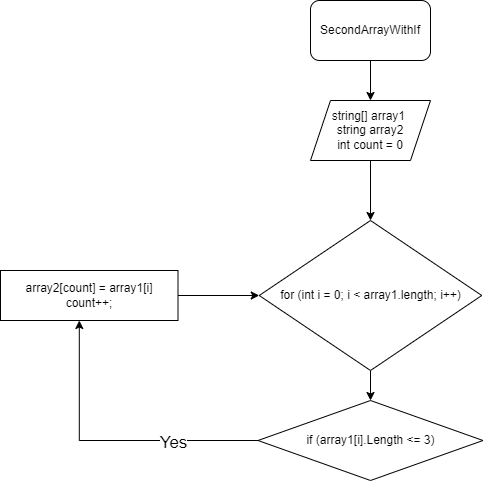
Earlier version of the draw.io export Final_work_001/Block_diagram.drawio.png (NikaVoronina/Final_work). Source tidied: cells renumbered, new cells last; positions are measured from the earlier drawing's top-left corner, leaving out a move shared by most shapes. Source of this version:
```xml
<mxGraphModel>
  <root>
    <mxCell id="0" />
    <mxCell id="1" parent="0" />
    <mxCell id="2" style="edgeStyle=none;html=1;" parent="1" edge="1" source="3" target="5">
      <mxGeometry relative="1" as="geometry" />
    </mxCell>
    <mxCell id="3" value="SecondArrayWithIf" style="rounded=1;whiteSpace=wrap;html=1;" parent="1" vertex="1">
      <mxGeometry x="310" width="120" height="60" as="geometry" />
    </mxCell>
    <mxCell id="4" style="edgeStyle=none;html=1;" parent="1" edge="1" source="5" target="7">
      <mxGeometry relative="1" as="geometry" />
    </mxCell>
    <mxCell id="5" value="string[] array1&amp;nbsp;&lt;br&gt;string array2&lt;br&gt;int count = 0" style="shape=parallelogram;perimeter=parallelogramPerimeter;whiteSpace=wrap;html=1;fixedSize=1;" parent="1" vertex="1">
      <mxGeometry x="310" y="100" width="120" height="60" as="geometry" />
    </mxCell>
    <mxCell id="6" style="edgeStyle=none;html=1;" parent="1" edge="1" source="7" target="8">
      <mxGeometry relative="1" as="geometry" />
    </mxCell>
    <mxCell id="7" value="&lt;span&gt;for (int i = 0;&amp;nbsp;&lt;/span&gt;&lt;span&gt;i &amp;lt; array1.length;&amp;nbsp;&lt;/span&gt;&lt;span&gt;i++)&lt;/span&gt;" style="rhombus;whiteSpace=wrap;html=1;" parent="1" vertex="1">
      <mxGeometry x="258.8" y="220" width="222.5" height="150" as="geometry" />
    </mxCell>
    <mxCell id="8" value="if (array1[i].Length &amp;lt;= 3)" style="rhombus;whiteSpace=wrap;html=1;" parent="1" vertex="1">
      <mxGeometry x="257.5" y="400" width="225" height="80" as="geometry" />
    </mxCell>
    <mxCell id="9" style="edgeStyle=none;html=1;" parent="1" edge="1" source="10" target="7">
      <mxGeometry relative="1" as="geometry" />
    </mxCell>
    <mxCell id="10" value="array2[count] = array1[i]&lt;br&gt;count++;" style="whiteSpace=wrap;html=1;" parent="1" vertex="1">
      <mxGeometry y="270" width="177.5" height="50" as="geometry" />
    </mxCell>
    <mxCell id="11" style="edgeStyle=orthogonalEdgeStyle;rounded=0;jettySize=auto;html=1;exitX=0;exitY=0.5;exitDx=0;exitDy=0;" parent="1" edge="1" source="8">
      <mxGeometry relative="1" as="geometry">
        <mxPoint x="78.8" y="320" as="targetPoint" />
      </mxGeometry>
    </mxCell>
    <mxCell id="12" value="Yes" style="edgeLabel;html=1;align=center;verticalAlign=middle;fontSize=17;" parent="11" vertex="1">
      <mxGeometry x="-0.43" y="2" relative="1" as="geometry" />
    </mxCell>
  </root>
</mxGraphModel>
```
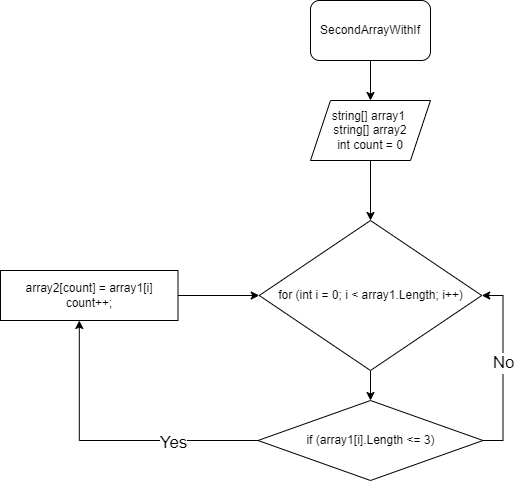
Later version of the same file.

Commit message:
Добавление блок-схемы

Diff of the diagram source:
```diff
@@ -11,13 +11,13 @@
     <mxCell id="4" style="edgeStyle=none;html=1;" parent="1" edge="1" source="5" target="7">
       <mxGeometry relative="1" as="geometry" />
     </mxCell>
-    <mxCell id="5" value="string[] array1&amp;nbsp;&lt;br&gt;string array2&lt;br&gt;int count = 0" style="shape=parallelogram;perimeter=parallelogramPerimeter;whiteSpace=wrap;html=1;fixedSize=1;" parent="1" vertex="1">
+    <mxCell id="5" value="string[] array1&amp;nbsp;&lt;br&gt;string[] array2&lt;br&gt;int count = 0" style="shape=parallelogram;perimeter=parallelogramPerimeter;whiteSpace=wrap;html=1;fixedSize=1;" parent="1" vertex="1">
       <mxGeometry x="310" y="100" width="120" height="60" as="geometry" />
     </mxCell>
     <mxCell id="6" style="edgeStyle=none;html=1;" parent="1" edge="1" source="7" target="8">
       <mxGeometry relative="1" as="geometry" />
     </mxCell>
-    <mxCell id="7" value="&lt;span&gt;for (int i = 0;&amp;nbsp;&lt;/span&gt;&lt;span&gt;i &amp;lt; array1.length;&amp;nbsp;&lt;/span&gt;&lt;span&gt;i++)&lt;/span&gt;" style="rhombus;whiteSpace=wrap;html=1;" parent="1" vertex="1">
+    <mxCell id="7" value="&lt;span&gt;for (int i = 0;&amp;nbsp;&lt;/span&gt;&lt;span&gt;i &amp;lt; array1.Length;&amp;nbsp;&lt;/span&gt;&lt;span&gt;i++)&lt;/span&gt;" style="rhombus;whiteSpace=wrap;html=1;" parent="1" vertex="1">
       <mxGeometry x="258.8" y="220" width="222.5" height="150" as="geometry" />
     </mxCell>
     <mxCell id="8" value="if (array1[i].Length &amp;lt;= 3)" style="rhombus;whiteSpace=wrap;html=1;" parent="1" vertex="1">
@@ -37,5 +37,13 @@
     <mxCell id="12" value="Yes" style="edgeLabel;html=1;align=center;verticalAlign=middle;fontSize=17;" parent="11" vertex="1">
       <mxGeometry x="-0.43" y="2" relative="1" as="geometry" />
     </mxCell>
+    <mxCell id="13" style="edgeStyle=orthogonalEdgeStyle;rounded=0;jettySize=auto;html=1;exitX=1;exitY=0.5;exitDx=0;exitDy=0;entryX=1;entryY=0.5;entryDx=0;entryDy=0;" parent="1" edge="1" source="8" target="7">
+      <mxGeometry relative="1" as="geometry" />
+    </mxCell>
+    <mxCell id="14" value="No" style="edgeLabel;html=1;align=center;verticalAlign=middle;fontSize=17;" parent="13" vertex="1">
+      <mxGeometry x="0.15" relative="1" as="geometry">
+        <mxPoint y="9.9" as="offset" />
+      </mxGeometry>
+    </mxCell>
   </root>
 </mxGraphModel>
```
